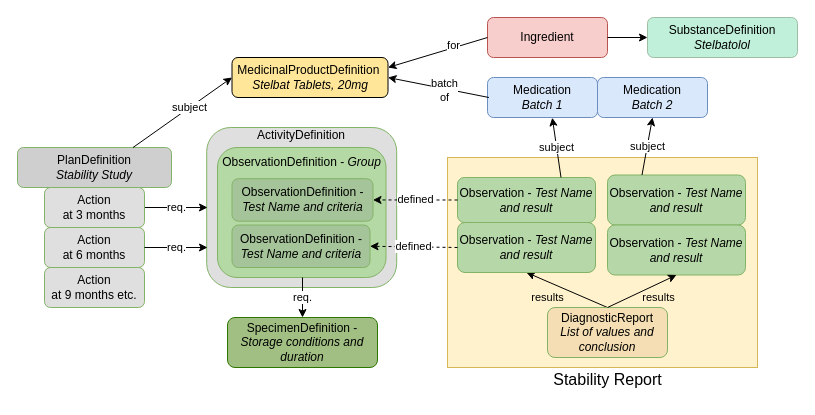
Earlier version of the draw.io diagram input/images-source/stability_FHIR_resources.drawio (HL7/uv-dx-pq). Source tidied: cells renumbered, new cells numbered last; positions are measured from the earlier drawing's top-left corner, leaving out a move shared by most shapes. Both pictures are drawn from the tidied source at 100%, with x=0, y=0 at pixel (17, 17).
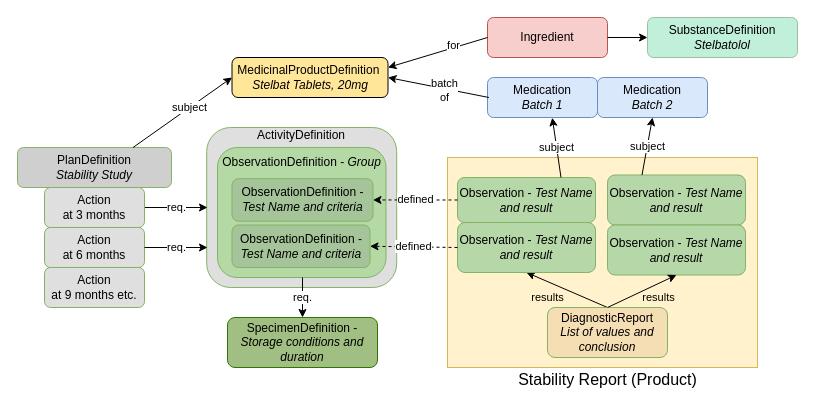
The same diagram, later.

Commit message (it also covers changes not shown here):
added word "Product"

The edit, as a diff of the source:
```diff
@@
-    <mxCell id="36" value="&lt;font style=&quot;font-size: 16px;&quot;&gt;Stability Report&lt;/font&gt;" style="text;strokeColor=none;fillColor=none;html=1;fontSize=24;fontStyle=0;verticalAlign=middle;align=center;" parent="1" vertex="1">
+    <mxCell id="36" value="&lt;font style=&quot;font-size: 16px;&quot;&gt;Stability Report (Product)&lt;/font&gt;" style="text;strokeColor=none;fillColor=none;html=1;fontSize=24;fontStyle=0;verticalAlign=middle;align=center;" parent="1" vertex="1">
       <mxGeometry x="540" y="340" width="100" height="40" as="geometry" />
     </mxCell>
```
